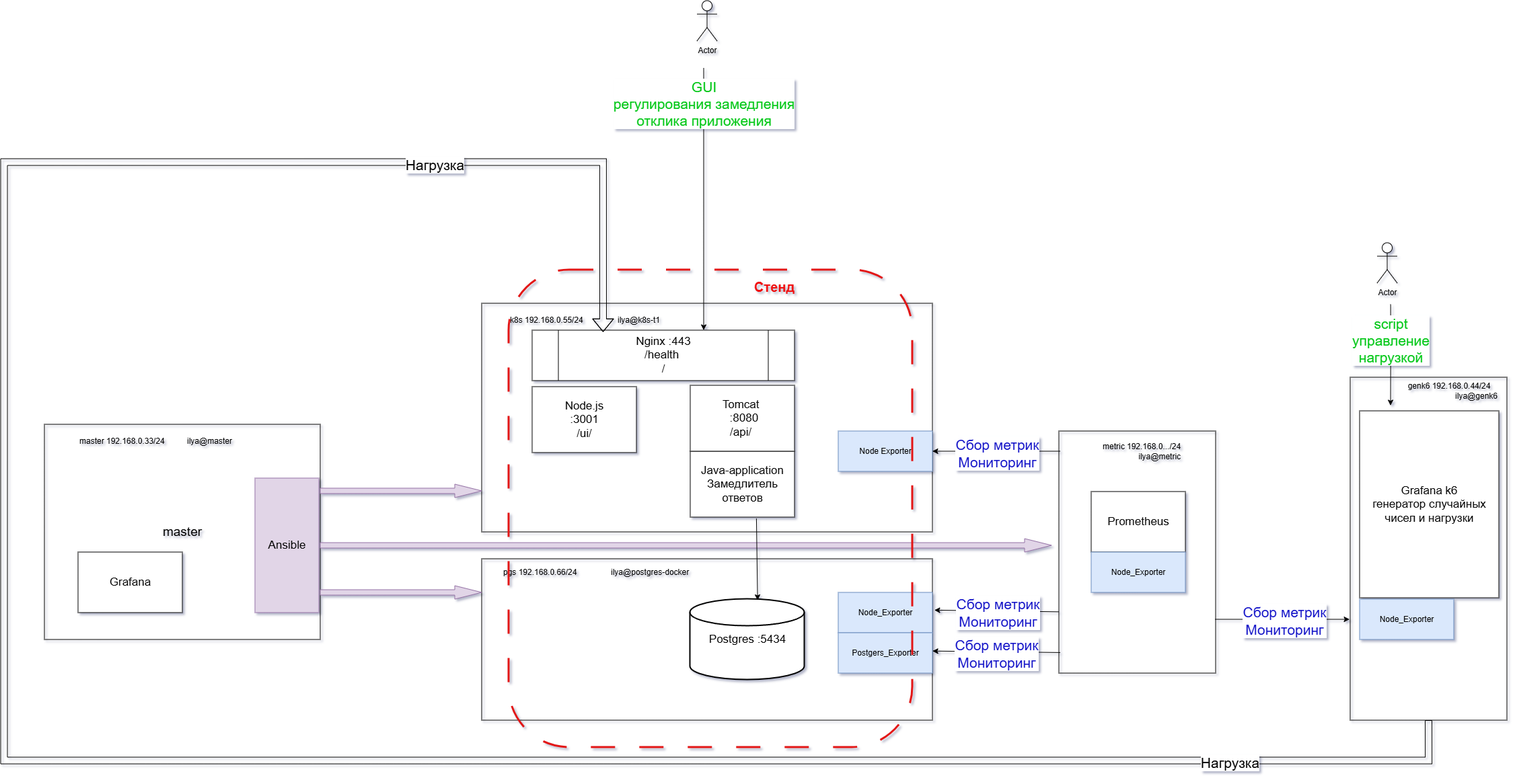
The draw.io diagram moex_k8s/roles/nodejs/files/public/images/Simple_Net_Components.png in ildarbiano/ansible, before a commit. Source tidied: cells renumbered, new cells last; positions are measured from the earlier drawing's top-left corner, leaving out a move shared by most shapes.
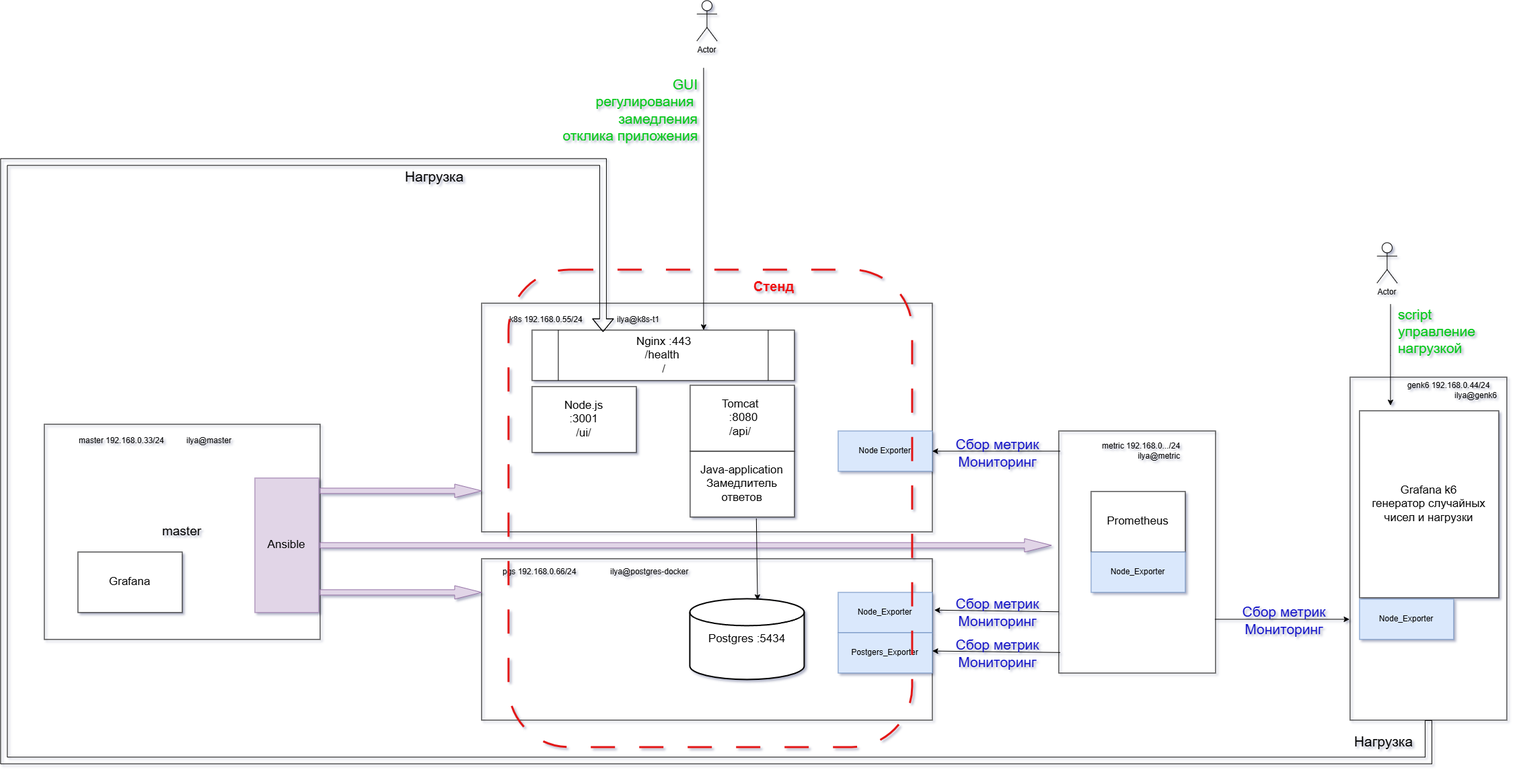
After the commit.

Commit message:
новая схема 2

The edit, as a diff of the source:
```diff
@@ -65,8 +65,10 @@
         <mxPoint x="2061" y="602" as="targetPoint" />
       </mxGeometry>
     </mxCell>
-    <mxCell id="22" value="&lt;font style=&quot;font-size: 21px; color: light-dark(rgb(5, 200, 25), rgb(237, 237, 237));&quot;&gt;script&lt;/font&gt;&lt;div&gt;&lt;font style=&quot;font-size: 21px; color: light-dark(rgb(5, 200, 25), rgb(237, 237, 237));&quot;&gt;управление&lt;/font&gt;&lt;/div&gt;&lt;div&gt;&lt;font style=&quot;font-size: 21px; color: light-dark(rgb(5, 200, 25), rgb(237, 237, 237));&quot;&gt;нагрузкой&lt;/font&gt;&lt;/div&gt;" style="edgeLabel;html=1;align=center;verticalAlign=middle;rounded=0;" parent="21" vertex="1">
-      <mxGeometry x="-0.31" y="-2" relative="1" as="geometry" />
+    <mxCell id="22" value="&lt;font style=&quot;font-size: 21px; color: light-dark(rgb(5, 200, 25), rgb(237, 237, 237));&quot;&gt;script&lt;/font&gt;&lt;div&gt;&lt;font style=&quot;font-size: 21px; color: light-dark(rgb(5, 200, 25), rgb(237, 237, 237));&quot;&gt;управление&lt;/font&gt;&lt;/div&gt;&lt;div&gt;&lt;font style=&quot;font-size: 21px; color: light-dark(rgb(5, 200, 25), rgb(237, 237, 237));&quot;&gt;нагрузкой&lt;/font&gt;&lt;/div&gt;" style="edgeLabel;html=1;align=left;verticalAlign=middle;rounded=0;fillColor=none;labelBackgroundColor=none;" parent="21" vertex="1">
+      <mxGeometry x="-0.31" y="-2" relative="1" as="geometry">
+        <mxPoint x="12" y="-14" as="offset" />
+      </mxGeometry>
     </mxCell>
     <mxCell id="23" style="edgeStyle=orthogonalEdgeStyle;elbow=vertical;endArrow=classic;html=1;rounded=0;startArrow=none;startFill=0;shape=flexArrow;strokeWidth=1;entryX=0.439;entryY=1.091;entryDx=0;entryDy=0;entryPerimeter=0;exitX=0.5;exitY=1;exitDx=0;exitDy=0;" parent="1" edge="1" source="14" target="8">
       <mxGeometry relative="1" as="geometry">
@@ -78,14 +80,14 @@
         </Array>
       </mxGeometry>
     </mxCell>
-    <mxCell id="24" value="&lt;span style=&quot;font-size: 21px;&quot;&gt;Нагрузка&lt;/span&gt;" style="edgeLabel;html=1;align=center;verticalAlign=middle;" parent="23" vertex="1">
+    <mxCell id="24" value="&lt;span style=&quot;font-size: 21px;&quot;&gt;Нагрузка&lt;/span&gt;" style="edgeLabel;html=1;align=center;verticalAlign=middle;labelBackgroundColor=none;" parent="23" vertex="1">
       <mxGeometry x="-0.81" y="1" relative="1" as="geometry">
-        <mxPoint x="47" as="offset" />
+        <mxPoint x="277" y="-31" as="offset" />
       </mxGeometry>
     </mxCell>
-    <mxCell id="25" value="&lt;font style=&quot;font-size: 21px;&quot;&gt;Нагрузка&lt;/font&gt;" style="edgeLabel;html=1;align=center;verticalAlign=middle;" parent="23" vertex="1">
+    <mxCell id="25" value="&lt;font style=&quot;font-size: 21px;&quot;&gt;Нагрузка&lt;/font&gt;" style="edgeLabel;html=1;align=center;verticalAlign=middle;labelBackgroundColor=none;" parent="23" vertex="1">
       <mxGeometry x="0.76" y="-2" relative="1" as="geometry">
-        <mxPoint x="-2" as="offset" />
+        <mxPoint x="-2" y="18" as="offset" />
       </mxGeometry>
     </mxCell>
     <mxCell id="26" value="Actor" style="shape=umlActor;verticalLabelPosition=bottom;verticalAlign=top;html=1;rounded=0;" parent="1" vertex="1">
@@ -97,9 +99,9 @@
         <mxPoint x="1040" y="490" as="targetPoint" />
       </mxGeometry>
     </mxCell>
-    <mxCell id="28" value="&lt;font style=&quot;font-size: 21px; color: light-dark(rgb(5, 200, 25), rgb(237, 237, 237));&quot;&gt;GUI&lt;/font&gt;&lt;div&gt;&lt;font style=&quot;font-size: 21px; color: light-dark(rgb(5, 200, 25), rgb(237, 237, 237));&quot;&gt;регулирования замедления&lt;/font&gt;&lt;/div&gt;&lt;div&gt;&lt;font style=&quot;font-size: 21px; color: light-dark(rgb(5, 200, 25), rgb(237, 237, 237));&quot;&gt;отклика приложения&lt;/font&gt;&lt;/div&gt;" style="edgeLabel;html=1;align=center;verticalAlign=middle;rounded=0;" parent="27" vertex="1">
+    <mxCell id="28" value="&lt;font style=&quot;font-size: 21px; color: light-dark(rgb(5, 200, 25), rgb(237, 237, 237));&quot;&gt;GUI&lt;/font&gt;&lt;div&gt;&lt;font style=&quot;font-size: 21px; color: light-dark(rgb(5, 200, 25), rgb(237, 237, 237));&quot;&gt;регулирования&amp;nbsp;&lt;/font&gt;&lt;/div&gt;&lt;div&gt;&lt;font style=&quot;font-size: 21px; color: light-dark(rgb(5, 200, 25), rgb(237, 237, 237));&quot;&gt;замедления&lt;/font&gt;&lt;/div&gt;&lt;div&gt;&lt;font style=&quot;font-size: 21px; color: light-dark(rgb(5, 200, 25), rgb(237, 237, 237));&quot;&gt;отклика приложения&lt;/font&gt;&lt;/div&gt;" style="edgeLabel;html=1;align=right;verticalAlign=middle;rounded=0;labelBackgroundColor=none;" parent="27" vertex="1">
       <mxGeometry x="-0.31" y="-2" relative="1" as="geometry">
-        <mxPoint y="-85" as="offset" />
+        <mxPoint x="-8" y="-74" as="offset" />
       </mxGeometry>
     </mxCell>
     <mxCell id="29" style="edgeStyle=none;jettySize=auto;html=1;rounded=0;exitX=0.635;exitY=1.022;exitDx=0;exitDy=0;exitPerimeter=0;entryX=0.589;entryY=0.013;entryDx=0;entryDy=0;entryPerimeter=0;" parent="1" edge="1" source="13" target="5">
@@ -116,7 +118,7 @@
         <mxPoint x="1567.8" y="908.8" as="sourcePoint" />
       </mxGeometry>
     </mxCell>
-    <mxCell id="33" value="&lt;font style=&quot;font-size: 21px; color: light-dark(rgb(20, 20, 200), rgb(237, 237, 237));&quot;&gt;Сбор метрик&lt;/font&gt;&lt;div&gt;&lt;font style=&quot;font-size: 21px; color: light-dark(rgb(20, 20, 200), rgb(237, 237, 237));&quot;&gt;Мониторинг&lt;/font&gt;&lt;/div&gt;" style="edgeLabel;html=1;align=center;verticalAlign=middle;" parent="32" vertex="1">
+    <mxCell id="33" value="&lt;font style=&quot;font-size: 21px; color: light-dark(rgb(20, 20, 200), rgb(237, 237, 237));&quot;&gt;Сбор метрик&lt;/font&gt;&lt;div&gt;&lt;font style=&quot;font-size: 21px; color: light-dark(rgb(20, 20, 200), rgb(237, 237, 237));&quot;&gt;Мониторинг&lt;/font&gt;&lt;/div&gt;" style="edgeLabel;html=1;align=center;verticalAlign=middle;labelBackgroundColor=none;" parent="32" vertex="1">
       <mxGeometry x="0.01" y="1" relative="1" as="geometry" />
     </mxCell>
     <mxCell id="34" value="Node Exporter&lt;span style=&quot;color: rgba(0, 0, 0, 0); font-family: monospace; font-size: 0px; text-align: start; white-space: nowrap;&quot;&gt;%3CmxGraphModel%3E%3Croot%3E%3CmxCell%20id%3D%220%22%2F%3E%3CmxCell%20id%3D%221%22%20parent%3D%220%22%2F%3E%3CmxCell%20id%3D%222%22%20parent%3D%221%22%20style%3D%22rounded%3D0%3BwhiteSpace%3Dwrap%3Bhtml%3D1%3B%22%20value%3D%22%22%20vertex%3D%221%22%3E%3CmxGeometry%20height%3D%2260%22%20width%3D%22120%22%20x%3D%22790%22%20y%3D%22330%22%20as%3D%22geometry%22%2F%3E%3C%2FmxCell%3E%3C%2Froot%3E%3C%2FmxGraphModel%3E&lt;/span&gt;" style="rounded=0;whiteSpace=wrap;html=1;fillColor=#dae8fc;strokeColor=#6c8ebf;" parent="1" vertex="1">
@@ -136,7 +138,7 @@
         <mxPoint x="1570" y="969.4" as="sourcePoint" />
       </mxGeometry>
     </mxCell>
-    <mxCell id="39" value="&lt;font style=&quot;font-size: 21px; color: light-dark(rgb(20, 20, 200), rgb(237, 237, 237));&quot;&gt;Сбор метрик&lt;/font&gt;&lt;div&gt;&lt;font style=&quot;font-size: 21px; color: light-dark(rgb(20, 20, 200), rgb(237, 237, 237));&quot;&gt;Мониторинг&lt;/font&gt;&lt;/div&gt;" style="edgeLabel;html=1;align=center;verticalAlign=middle;" parent="38" vertex="1">
+    <mxCell id="39" value="&lt;font style=&quot;font-size: 21px; color: light-dark(rgb(20, 20, 200), rgb(237, 237, 237));&quot;&gt;Сбор метрик&lt;/font&gt;&lt;div&gt;&lt;font style=&quot;font-size: 21px; color: light-dark(rgb(20, 20, 200), rgb(237, 237, 237));&quot;&gt;Мониторинг&lt;/font&gt;&lt;/div&gt;" style="edgeLabel;html=1;align=center;verticalAlign=middle;labelBackgroundColor=none;" parent="38" vertex="1">
       <mxGeometry x="0.01" y="1" relative="1" as="geometry" />
     </mxCell>
     <mxCell id="40" style="endArrow=classic;html=1;rounded=0;entryX=1;entryY=0.5;entryDx=0;entryDy=0;" parent="1" edge="1" target="34">
@@ -144,7 +146,7 @@
         <mxPoint x="1570" y="670" as="sourcePoint" />
       </mxGeometry>
     </mxCell>
-    <mxCell id="41" value="&lt;font style=&quot;font-size: 21px; color: light-dark(rgb(20, 20, 200), rgb(237, 237, 237));&quot;&gt;Сбор метрик&lt;/font&gt;&lt;div&gt;&lt;font style=&quot;font-size: 21px; color: light-dark(rgb(20, 20, 200), rgb(237, 237, 237));&quot;&gt;Мониторинг&lt;/font&gt;&lt;/div&gt;" style="edgeLabel;html=1;align=center;verticalAlign=middle;" parent="40" vertex="1">
+    <mxCell id="41" value="&lt;font style=&quot;font-size: 21px; color: light-dark(rgb(20, 20, 200), rgb(237, 237, 237));&quot;&gt;Сбор метрик&lt;/font&gt;&lt;div&gt;&lt;font style=&quot;font-size: 21px; color: light-dark(rgb(20, 20, 200), rgb(237, 237, 237));&quot;&gt;Мониторинг&lt;/font&gt;&lt;/div&gt;" style="edgeLabel;html=1;align=center;verticalAlign=middle;labelBackgroundColor=none;" parent="40" vertex="1">
       <mxGeometry x="0.01" y="1" relative="1" as="geometry" />
     </mxCell>
     <mxCell id="42" value="&lt;div style=&quot;text-align: right;&quot;&gt;&lt;span style=&quot;background-color: transparent; color: light-dark(rgb(0, 0, 0), rgb(255, 255, 255));&quot;&gt;metric 192.168.0.../24&lt;/span&gt;&lt;/div&gt;&lt;div style=&quot;text-align: right;&quot;&gt;&lt;span style=&quot;white-space:pre&quot;&gt;&#9;&lt;/span&gt;ilya@metric&lt;/div&gt;" style="text;html=1;whiteSpace=wrap;strokeColor=none;fillColor=none;align=left;verticalAlign=middle;rounded=0;" parent="1" vertex="1">
@@ -159,7 +161,7 @@
         <mxPoint x="1800" y="920" as="targetPoint" />
       </mxGeometry>
     </mxCell>
-    <mxCell id="45" value="&lt;font style=&quot;font-size: 21px; color: light-dark(rgb(20, 20, 200), rgb(237, 237, 237));&quot;&gt;Сбор метрик&lt;/font&gt;&lt;div&gt;&lt;font style=&quot;font-size: 21px; color: light-dark(rgb(20, 20, 200), rgb(237, 237, 237));&quot;&gt;Мониторинг&lt;/font&gt;&lt;/div&gt;" style="edgeLabel;html=1;align=center;verticalAlign=middle;" parent="44" vertex="1">
+    <mxCell id="45" value="&lt;font style=&quot;font-size: 21px; color: light-dark(rgb(20, 20, 200), rgb(237, 237, 237));&quot;&gt;Сбор метрик&lt;/font&gt;&lt;div&gt;&lt;font style=&quot;font-size: 21px; color: light-dark(rgb(20, 20, 200), rgb(237, 237, 237));&quot;&gt;Мониторинг&lt;/font&gt;&lt;/div&gt;" style="edgeLabel;html=1;align=center;verticalAlign=middle;labelBackgroundColor=none;" parent="44" vertex="1">
       <mxGeometry x="0.01" y="1" relative="1" as="geometry">
         <mxPoint x="1" y="-1" as="offset" />
       </mxGeometry>
```
